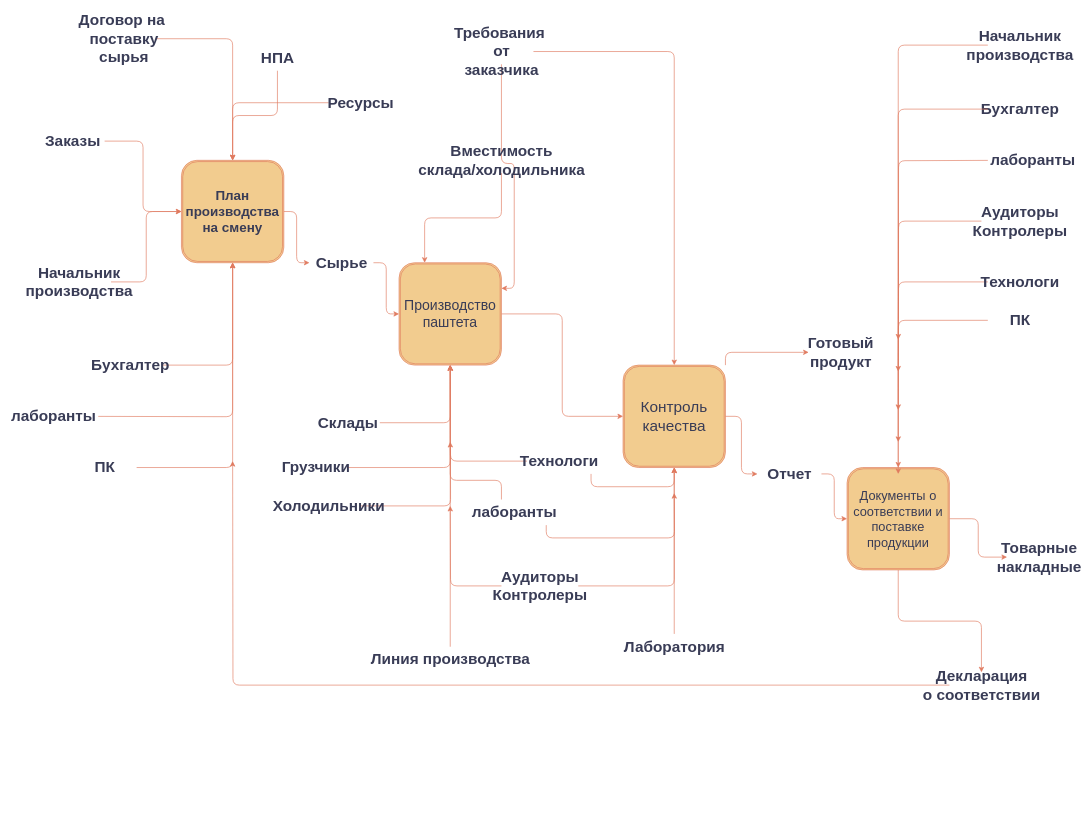
Yankeegohome/Cinema keeps this draw.io diagram as page "Page-1" (1 of 2) of Диаграмма без названия.drawio. Above is the earlier version. Source tidied: cells renumbered, new cells numbered last; positions are measured from the earlier drawing's top-left corner, leaving out a move shared by most shapes. Both pictures are drawn from the tidied source at 64%, with x=0, y=0 at pixel (21, 26).
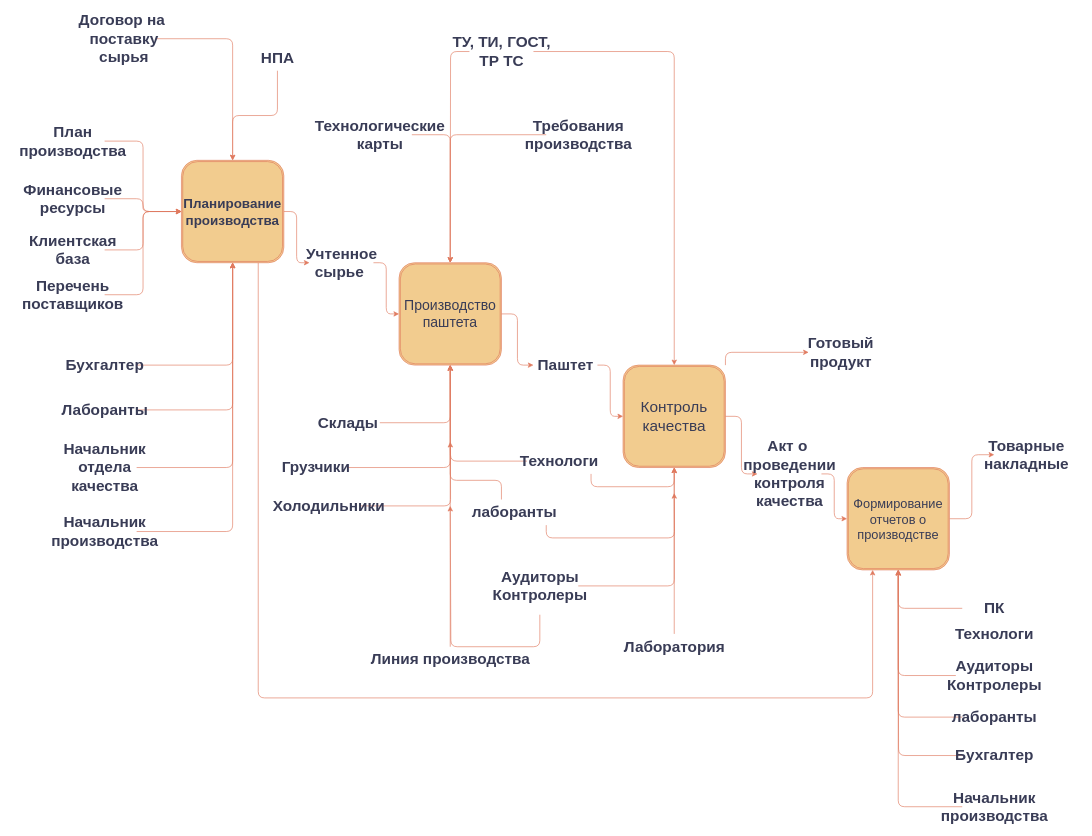
Above is the later version.

The change refers to these unchanged cells:
```xml
<mxCell id="5" value="Производство паштета" style="shape=ext;double=1;whiteSpace=wrap;html=1;fontSize=22;labelBackgroundColor=none;fillColor=#F2CC8F;strokeColor=#E07A5F;fontColor=#393C56;rounded=1;" parent="1" vertex="1">
  <mxGeometry x="590" y="370" width="160" height="160" as="geometry" />
</mxCell>
<mxCell id="8" value="Контроль качества" style="shape=ext;double=1;whiteSpace=wrap;html=1;fontSize=24;labelBackgroundColor=none;fillColor=#F2CC8F;strokeColor=#E07A5F;fontColor=#393C56;rounded=1;" parent="1" vertex="1">
  <mxGeometry x="940" y="530" width="160" height="160" as="geometry" />
</mxCell>
<mxCell id="43" value="Аудиторы&lt;br&gt;Контролеры" style="text;strokeColor=none;fillColor=none;html=1;fontSize=24;fontStyle=1;verticalAlign=middle;align=center;labelBackgroundColor=none;fontColor=#393C56;rounded=1;" parent="1" vertex="1">
  <mxGeometry x="750" y="830" width="120" height="90" as="geometry" />
</mxCell>
```

What changed in the source:
```diff
@@
+    <mxCell id="72" style="edgeStyle=orthogonalEdgeStyle;rounded=1;jettySize=auto;html=1;exitX=0.75;exitY=1;exitDx=0;exitDy=0;entryX=0.25;entryY=1;entryDx=0;entryDy=0;strokeColor=#E07A5F;fontColor=#393C56;fillColor=#F2CC8F;" parent="1" edge="1" source="3" target="11">
+      <mxGeometry relative="1" as="geometry">
+        <Array as="points">
+          <mxPoint x="370" y="1050" />
+          <mxPoint x="1330" y="1050" />
+        </Array>
+      </mxGeometry>
+    </mxCell>
-    <mxCell id="3" value="&lt;h3 style=&quot;font-size: 21px;&quot;&gt;План производства на смену&lt;/h3&gt;" style="shape=ext;double=1;whiteSpace=wrap;html=1;fontSize=21;labelBackgroundColor=none;fillColor=#F2CC8F;strokeColor=#E07A5F;fontColor=#393C56;rounded=1;" parent="1" vertex="1">
+    <mxCell id="3" value="&lt;h3 style=&quot;font-size: 21px;&quot;&gt;Планирование производства&lt;/h3&gt;" style="shape=ext;double=1;whiteSpace=wrap;html=1;fontSize=21;labelBackgroundColor=none;fillColor=#F2CC8F;strokeColor=#E07A5F;fontColor=#393C56;rounded=1;" parent="1" vertex="1">
       <mxGeometry x="250" y="210" width="160" height="160" as="geometry" />
     </mxCell>
-    <mxCell id="4" style="edgeStyle=orthogonalEdgeStyle;rounded=1;jettySize=auto;html=1;entryX=0;entryY=0.5;entryDx=0;entryDy=0;labelBackgroundColor=none;strokeColor=#E07A5F;fontColor=default;" parent="1" edge="1" source="5" target="8">
+    <mxCell id="4" style="edgeStyle=orthogonalEdgeStyle;rounded=1;jettySize=auto;html=1;entryX=0;entryY=0.5;entryDx=0;entryDy=0;labelBackgroundColor=none;strokeColor=#E07A5F;fontColor=default;" parent="1" edge="1" source="79" target="8">
       <mxGeometry relative="1" as="geometry" />
     </mxCell>
@@
-    <mxCell id="10" style="edgeStyle=orthogonalEdgeStyle;rounded=1;jettySize=auto;html=1;labelBackgroundColor=none;strokeColor=#E07A5F;fontColor=default;" parent="1" edge="1" source="11" target="71">
-      <mxGeometry relative="1" as="geometry" />
-    </mxCell>
-    <mxCell id="11" value="Документы о соответствии и поставке продукции" style="shape=ext;double=1;whiteSpace=wrap;html=1;fontSize=20;labelBackgroundColor=none;fillColor=#F2CC8F;strokeColor=#E07A5F;fontColor=#393C56;rounded=1;" parent="1" vertex="1">
+    <mxCell id="11" value="Формирование отчетов о производстве" style="shape=ext;double=1;whiteSpace=wrap;html=1;fontSize=20;labelBackgroundColor=none;fillColor=#F2CC8F;strokeColor=#E07A5F;fontColor=#393C56;rounded=1;" parent="1" vertex="1">
       <mxGeometry x="1290" y="690" width="160" height="160" as="geometry" />
     </mxCell>
@@
-    <mxCell id="17" value="Заказы" style="text;strokeColor=none;fillColor=none;html=1;fontSize=24;fontStyle=1;verticalAlign=middle;align=center;labelBackgroundColor=none;fontColor=#393C56;rounded=1;" parent="1" vertex="1">
+    <mxCell id="17" value="План&lt;br&gt;производства" style="text;strokeColor=none;fillColor=none;html=1;fontSize=24;fontStyle=1;verticalAlign=middle;align=center;labelBackgroundColor=none;fontColor=#393C56;rounded=1;" parent="1" vertex="1">
       <mxGeometry x="30" y="160" width="100" height="40" as="geometry" />
     </mxCell>
-    <mxCell id="18" style="edgeStyle=orthogonalEdgeStyle;rounded=1;jettySize=auto;html=1;entryX=0.5;entryY=0;entryDx=0;entryDy=0;labelBackgroundColor=none;strokeColor=#E07A5F;fontColor=default;" parent="1" edge="1" source="19" target="3">
-      <mxGeometry relative="1" as="geometry" />
-    </mxCell>
-    <mxCell id="19" value="Ресурсы" style="text;strokeColor=none;fillColor=none;html=1;fontSize=24;fontStyle=1;verticalAlign=middle;align=center;labelBackgroundColor=none;fontColor=#393C56;rounded=1;" parent="1" vertex="1">
-      <mxGeometry x="480" y="100" width="100" height="40" as="geometry" />
-    </mxCell>
-    <mxCell id="20" style="edgeStyle=orthogonalEdgeStyle;rounded=1;jettySize=auto;html=1;entryX=0;entryY=0.5;entryDx=0;entryDy=0;labelBackgroundColor=none;strokeColor=#E07A5F;fontColor=default;" parent="1" edge="1" source="21" target="3">
+    <mxCell id="20" style="edgeStyle=orthogonalEdgeStyle;rounded=1;jettySize=auto;html=1;entryX=0.5;entryY=1;entryDx=0;entryDy=0;strokeColor=#E07A5F;fontColor=#393C56;fillColor=#F2CC8F;" parent="1" edge="1" source="21" target="3">
       <mxGeometry relative="1" as="geometry" />
     </mxCell>
     <mxCell id="21" value="Начальник &lt;br&gt;производства" style="text;strokeColor=none;fillColor=none;html=1;fontSize=24;fontStyle=1;verticalAlign=middle;align=center;labelBackgroundColor=none;fontColor=#393C56;rounded=1;" parent="1" vertex="1">
-      <mxGeometry x="40" y="380" width="100" height="40" as="geometry" />
+      <mxGeometry x="80" y="770" width="100" height="40" as="geometry" />
     </mxCell>
@@
     <mxCell id="23" value="Бухгалтер" style="text;strokeColor=none;fillColor=none;html=1;fontSize=24;fontStyle=1;verticalAlign=middle;align=center;labelBackgroundColor=none;fontColor=#393C56;rounded=1;" parent="1" vertex="1">
-      <mxGeometry x="120" y="510" width="100" height="40" as="geometry" />
+      <mxGeometry x="80" y="510" width="100" height="40" as="geometry" />
     </mxCell>
-    <mxCell id="24" style="edgeStyle=orthogonalEdgeStyle;rounded=1;jettySize=auto;html=1;entryX=0.5;entryY=1;entryDx=0;entryDy=0;labelBackgroundColor=none;strokeColor=#E07A5F;fontColor=default;" parent="1" edge="1" target="3">
-      <mxGeometry relative="1" as="geometry">
-        <mxPoint x="120" y="610.1" as="sourcePoint" />
-      </mxGeometry>
+    <mxCell id="24" style="edgeStyle=orthogonalEdgeStyle;rounded=1;jettySize=auto;html=1;entryX=0.5;entryY=1;entryDx=0;entryDy=0;labelBackgroundColor=none;strokeColor=#E07A5F;fontColor=default;" parent="1" edge="1" source="68" target="3">
+      <mxGeometry relative="1" as="geometry" />
     </mxCell>
@@
-    <mxCell id="26" value="ПК" style="text;strokeColor=none;fillColor=none;html=1;fontSize=24;fontStyle=1;verticalAlign=middle;align=center;labelBackgroundColor=none;fontColor=#393C56;rounded=1;" parent="1" vertex="1">
+    <mxCell id="26" value="Начальник&lt;br&gt;отдела&lt;br&gt;качества" style="text;strokeColor=none;fillColor=none;html=1;fontSize=24;fontStyle=1;verticalAlign=middle;align=center;labelBackgroundColor=none;fontColor=#393C56;rounded=1;" parent="1" vertex="1">
       <mxGeometry x="80" y="670" width="100" height="40" as="geometry" />
     </mxCell>
-    <mxCell id="27" style="edgeStyle=orthogonalEdgeStyle;rounded=1;jettySize=auto;html=1;entryX=1;entryY=0.25;entryDx=0;entryDy=0;labelBackgroundColor=none;strokeColor=#E07A5F;fontColor=default;" parent="1" edge="1" source="29" target="5">
-      <mxGeometry relative="1" as="geometry" />
-    </mxCell>
@@
+    <mxCell id="73" style="edgeStyle=orthogonalEdgeStyle;rounded=1;jettySize=auto;html=1;strokeColor=#E07A5F;fontColor=#393C56;fillColor=#F2CC8F;" parent="1" edge="1" source="29">
+      <mxGeometry relative="1" as="geometry">
+        <mxPoint x="670" y="370" as="targetPoint" />
+      </mxGeometry>
+    </mxCell>
-    <mxCell id="29" value="Требования&amp;nbsp;&lt;br&gt;от&lt;br&gt;заказчика" style="text;strokeColor=none;fillColor=none;html=1;fontSize=24;fontStyle=1;verticalAlign=middle;align=center;labelBackgroundColor=none;fontColor=#393C56;rounded=1;" parent="1" vertex="1">
+    <mxCell id="29" value="ТУ, ТИ, ГОСТ, &lt;br&gt;ТР ТС" style="text;strokeColor=none;fillColor=none;html=1;fontSize=24;fontStyle=1;verticalAlign=middle;align=center;labelBackgroundColor=none;fontColor=#393C56;rounded=1;" parent="1" vertex="1">
       <mxGeometry x="700" y="20" width="100" height="40" as="geometry" />
     </mxCell>
-    <mxCell id="30" style="edgeStyle=orthogonalEdgeStyle;rounded=1;jettySize=auto;html=1;entryX=0.25;entryY=0;entryDx=0;entryDy=0;labelBackgroundColor=none;strokeColor=#E07A5F;fontColor=default;" parent="1" edge="1" source="31" target="5">
-      <mxGeometry relative="1" as="geometry" />
-    </mxCell>
-    <mxCell id="31" value="Вместимость&lt;br&gt;склада/холодильника" style="text;strokeColor=none;fillColor=none;html=1;fontSize=24;fontStyle=1;verticalAlign=middle;align=center;labelBackgroundColor=none;fontColor=#393C56;rounded=1;" parent="1" vertex="1">
-      <mxGeometry x="700" y="190" width="100" height="40" as="geometry" />
-    </mxCell>
@@
     <mxCell id="41" style="edgeStyle=orthogonalEdgeStyle;rounded=1;jettySize=auto;html=1;labelBackgroundColor=none;strokeColor=#E07A5F;fontColor=default;" parent="1" edge="1" source="43">
       <mxGeometry relative="1" as="geometry">
         <mxPoint x="670" y="750" as="targetPoint" />
+        <Array as="points">
+          <mxPoint x="810" y="970" />
+          <mxPoint x="671" y="970" />
+          <mxPoint x="671" y="750" />
+        </Array>
       </mxGeometry>
     </mxCell>
@@
-    <mxCell id="53" value="Отчет" style="text;strokeColor=none;fillColor=none;html=1;fontSize=24;fontStyle=1;verticalAlign=middle;align=center;labelBackgroundColor=none;fontColor=#393C56;rounded=1;" parent="1" vertex="1">
+    <mxCell id="53" value="Акт о&amp;nbsp;&lt;br&gt;проведении&lt;br&gt;контроля&lt;br&gt;качества" style="text;strokeColor=none;fillColor=none;html=1;fontSize=24;fontStyle=1;verticalAlign=middle;align=center;labelBackgroundColor=none;fontColor=#393C56;rounded=1;" parent="1" vertex="1">
       <mxGeometry x="1150" y="680" width="100" height="40" as="geometry" />
     </mxCell>
@@
-    <mxCell id="55" value="Сырье" style="text;strokeColor=none;fillColor=none;html=1;fontSize=24;fontStyle=1;verticalAlign=middle;align=center;labelBackgroundColor=none;fontColor=#393C56;rounded=1;" parent="1" vertex="1">
+    <mxCell id="55" value="Учтенное&lt;br&gt;сырье&amp;nbsp;" style="text;strokeColor=none;fillColor=none;html=1;fontSize=24;fontStyle=1;verticalAlign=middle;align=center;labelBackgroundColor=none;fontColor=#393C56;rounded=1;" parent="1" vertex="1">
       <mxGeometry x="450" y="350" width="100" height="40" as="geometry" />
     </mxCell>
-    <mxCell id="56" style="edgeStyle=orthogonalEdgeStyle;rounded=1;orthogonalLoop=1;jettySize=auto;html=1;labelBackgroundColor=none;strokeColor=#E07A5F;fontColor=default;" parent="1" edge="1">
-      <mxGeometry relative="1" as="geometry">
-        <mxPoint x="1510" y="210.1" as="sourcePoint" />
-        <mxPoint x="1370" y="650" as="targetPoint" />
-      </mxGeometry>
-    </mxCell>
+    <mxCell id="74" style="edgeStyle=orthogonalEdgeStyle;rounded=1;jettySize=auto;html=1;strokeColor=#E07A5F;fontColor=#393C56;fillColor=#F2CC8F;" parent="1" edge="1" source="57">
+      <mxGeometry relative="1" as="geometry">
+        <mxPoint x="1370" y="850" as="targetPoint" />
+      </mxGeometry>
+    </mxCell>
     <mxCell id="57" value="Бухгалтер" style="text;strokeColor=none;fillColor=none;html=1;fontSize=24;fontStyle=1;verticalAlign=middle;align=center;labelBackgroundColor=none;fontColor=#393C56;rounded=1;" parent="1" vertex="1">
-      <mxGeometry x="1510" y="110" width="100" height="40" as="geometry" />
+      <mxGeometry x="1470" y="1120" width="100" height="40" as="geometry" />
     </mxCell>
@@
     <mxCell id="59" value="Начальник &lt;br&gt;производства" style="text;strokeColor=none;fillColor=none;html=1;fontSize=24;fontStyle=1;verticalAlign=middle;align=center;labelBackgroundColor=none;fontColor=#393C56;rounded=1;" parent="1" vertex="1">
-      <mxGeometry x="1510" y="10" width="100" height="40" as="geometry" />
+      <mxGeometry x="1470" y="1200" width="100" height="40" as="geometry" />
     </mxCell>
-    <mxCell id="60" style="edgeStyle=orthogonalEdgeStyle;rounded=1;jettySize=auto;html=1;labelBackgroundColor=none;strokeColor=#E07A5F;fontColor=default;" parent="1" edge="1" source="61">
-      <mxGeometry relative="1" as="geometry">
-        <mxPoint x="1370" y="600" as="targetPoint" />
-      </mxGeometry>
-    </mxCell>
+    <mxCell id="75" style="edgeStyle=orthogonalEdgeStyle;rounded=1;jettySize=auto;html=1;entryX=0.5;entryY=1;entryDx=0;entryDy=0;strokeColor=#E07A5F;fontColor=#393C56;fillColor=#F2CC8F;" parent="1" edge="1" source="61" target="11">
+      <mxGeometry relative="1" as="geometry" />
+    </mxCell>
     <mxCell id="61" value="Аудиторы&lt;br&gt;Контролеры" style="text;strokeColor=none;fillColor=none;html=1;fontSize=24;fontStyle=1;verticalAlign=middle;align=center;labelBackgroundColor=none;fontColor=#393C56;rounded=1;" parent="1" vertex="1">
-      <mxGeometry x="1500" y="260" width="120" height="90" as="geometry" />
+      <mxGeometry x="1460" y="970" width="120" height="90" as="geometry" />
     </mxCell>
-    <mxCell id="62" style="edgeStyle=orthogonalEdgeStyle;rounded=1;jettySize=auto;html=1;labelBackgroundColor=none;strokeColor=#E07A5F;fontColor=default;" parent="1" edge="1" source="63">
-      <mxGeometry relative="1" as="geometry">
-        <mxPoint x="1370" y="540" as="targetPoint" />
-      </mxGeometry>
-    </mxCell>
     <mxCell id="63" value="Технологи" style="text;strokeColor=none;fillColor=none;html=1;fontSize=24;fontStyle=1;verticalAlign=middle;align=center;labelBackgroundColor=none;fontColor=#393C56;rounded=1;" parent="1" vertex="1">
-      <mxGeometry x="1510" y="380" width="100" height="40" as="geometry" />
+      <mxGeometry x="1470" y="930" width="100" height="40" as="geometry" />
     </mxCell>
-    <mxCell id="64" style="edgeStyle=orthogonalEdgeStyle;rounded=1;jettySize=auto;html=1;labelBackgroundColor=none;strokeColor=#E07A5F;fontColor=default;" parent="1" edge="1" source="65">
-      <mxGeometry relative="1" as="geometry">
-        <mxPoint x="1370" y="490" as="targetPoint" />
-      </mxGeometry>
-    </mxCell>
+    <mxCell id="76" style="edgeStyle=orthogonalEdgeStyle;rounded=1;jettySize=auto;html=1;entryX=0.5;entryY=1;entryDx=0;entryDy=0;strokeColor=#E07A5F;fontColor=#393C56;fillColor=#F2CC8F;" parent="1" edge="1" source="65" target="11">
+      <mxGeometry relative="1" as="geometry" />
+    </mxCell>
     <mxCell id="65" value="ПК" style="text;strokeColor=none;fillColor=none;html=1;fontSize=24;fontStyle=1;verticalAlign=middle;align=center;labelBackgroundColor=none;fontColor=#393C56;rounded=1;" parent="1" vertex="1">
-      <mxGeometry x="1510" y="440" width="100" height="40" as="geometry" />
+      <mxGeometry x="1470" y="890" width="100" height="40" as="geometry" />
     </mxCell>
-    <mxCell id="66" style="edgeStyle=orthogonalEdgeStyle;rounded=1;jettySize=auto;html=1;entryX=0.5;entryY=0.063;entryDx=0;entryDy=0;entryPerimeter=0;labelBackgroundColor=none;strokeColor=#E07A5F;fontColor=default;" parent="1" edge="1" source="57" target="11">
-      <mxGeometry relative="1" as="geometry" />
-    </mxCell>
+    <mxCell id="77" style="edgeStyle=orthogonalEdgeStyle;rounded=1;jettySize=auto;html=1;strokeColor=#E07A5F;fontColor=#393C56;fillColor=#F2CC8F;entryX=0.5;entryY=1;entryDx=0;entryDy=0;" parent="1" edge="1" source="67" target="11">
+      <mxGeometry relative="1" as="geometry" />
+    </mxCell>
     <mxCell id="67" value="лаборанты" style="text;strokeColor=none;fillColor=none;html=1;fontSize=24;fontStyle=1;verticalAlign=middle;align=center;labelBackgroundColor=none;fontColor=#393C56;rounded=1;" parent="1" vertex="1">
-      <mxGeometry x="1530" y="190" width="100" height="40" as="geometry" />
+      <mxGeometry x="1470" y="1060" width="100" height="40" as="geometry" />
     </mxCell>
+    <mxCell id="69" value="Товарные&lt;br&gt;накладные" style="text;strokeColor=none;fillColor=none;html=1;fontSize=24;fontStyle=1;verticalAlign=middle;align=center;labelBackgroundColor=none;fontColor=#393C56;rounded=1;" parent="1" vertex="1">
+      <mxGeometry x="1520" y="650" width="100" height="40" as="geometry" />
+    </mxCell>
+    <mxCell id="78" style="edgeStyle=orthogonalEdgeStyle;rounded=1;jettySize=auto;html=1;entryX=0;entryY=0.5;entryDx=0;entryDy=0;labelBackgroundColor=none;strokeColor=#E07A5F;fontColor=default;" parent="1" edge="1" source="5" target="79">
+      <mxGeometry relative="1" as="geometry" />
+    </mxCell>
+    <mxCell id="79" value="Паштет" style="text;strokeColor=none;fillColor=none;html=1;fontSize=24;fontStyle=1;verticalAlign=middle;align=center;labelBackgroundColor=none;fontColor=#393C56;rounded=1;" parent="1" vertex="1">
+      <mxGeometry x="800" y="510" width="100" height="40" as="geometry" />
+    </mxCell>
+    <mxCell id="80" style="edgeStyle=orthogonalEdgeStyle;rounded=1;jettySize=auto;html=1;entryX=0;entryY=0.5;entryDx=0;entryDy=0;strokeColor=#E07A5F;fontColor=#393C56;fillColor=#F2CC8F;" parent="1" edge="1" source="81" target="3">
+      <mxGeometry relative="1" as="geometry" />
+    </mxCell>
+    <mxCell id="81" value="Финансовые&lt;br&gt;ресурсы&lt;br&gt;" style="text;strokeColor=none;fillColor=none;html=1;fontSize=24;fontStyle=1;verticalAlign=middle;align=center;labelBackgroundColor=none;fontColor=#393C56;rounded=1;" parent="1" vertex="1">
+      <mxGeometry x="30" y="250" width="100" height="40" as="geometry" />
+    </mxCell>
+    <mxCell id="82" style="edgeStyle=orthogonalEdgeStyle;rounded=1;jettySize=auto;html=1;entryX=0;entryY=0.5;entryDx=0;entryDy=0;strokeColor=#E07A5F;fontColor=#393C56;fillColor=#F2CC8F;" parent="1" edge="1" source="83" target="3">
+      <mxGeometry relative="1" as="geometry" />
+    </mxCell>
+    <mxCell id="83" value="Перечень&lt;br&gt;поставщиков" style="text;strokeColor=none;fillColor=none;html=1;fontSize=24;fontStyle=1;verticalAlign=middle;align=center;labelBackgroundColor=none;fontColor=#393C56;rounded=1;" parent="1" vertex="1">
+      <mxGeometry x="30" y="400" width="100" height="40" as="geometry" />
+    </mxCell>
+    <mxCell id="84" style="edgeStyle=orthogonalEdgeStyle;rounded=1;jettySize=auto;html=1;exitX=1;exitY=0.5;exitDx=0;exitDy=0;strokeColor=#E07A5F;fontColor=#393C56;fillColor=#F2CC8F;" parent="1" edge="1" source="85" target="3">
+      <mxGeometry relative="1" as="geometry" />
+    </mxCell>
+    <mxCell id="85" value="Клиентская&lt;br&gt;база" style="text;strokeColor=none;fillColor=none;html=1;fontSize=24;fontStyle=1;verticalAlign=middle;align=center;labelBackgroundColor=none;fontColor=#393C56;rounded=1;" parent="1" vertex="1">
+      <mxGeometry x="30" y="330" width="100" height="40" as="geometry" />
+    </mxCell>
-    <mxCell id="68" value="лаборанты" style="text;strokeColor=none;fillColor=none;html=1;fontSize=24;fontStyle=1;verticalAlign=middle;align=center;labelBackgroundColor=none;fontColor=#393C56;rounded=1;" parent="1" vertex="1">
-      <mxGeometry y="590" width="100" height="40" as="geometry" />
+    <mxCell id="68" value="Лаборанты" style="text;strokeColor=none;fillColor=none;html=1;fontSize=24;fontStyle=1;verticalAlign=middle;align=center;labelBackgroundColor=none;fontColor=#393C56;rounded=1;" parent="1" vertex="1">
+      <mxGeometry x="80" y="580" width="100" height="40" as="geometry" />
     </mxCell>
-    <mxCell id="69" value="Товарные&lt;br&gt;накладные" style="text;strokeColor=none;fillColor=none;html=1;fontSize=24;fontStyle=1;verticalAlign=middle;align=center;labelBackgroundColor=none;fontColor=#393C56;rounded=1;" parent="1" vertex="1">
-      <mxGeometry x="1540" y="810" width="100" height="40" as="geometry" />
-    </mxCell>
-    <mxCell id="70" style="edgeStyle=orthogonalEdgeStyle;rounded=1;jettySize=auto;html=1;labelBackgroundColor=none;strokeColor=#E07A5F;fontColor=default;" parent="1" edge="1" source="71">
-      <mxGeometry relative="1" as="geometry">
-        <mxPoint x="330" y="680" as="targetPoint" />
-      </mxGeometry>
-    </mxCell>
-    <mxCell id="71" value="Декларация&lt;br&gt;о соответствии" style="text;strokeColor=none;fillColor=none;html=1;fontSize=24;fontStyle=1;verticalAlign=middle;align=center;labelBackgroundColor=none;fontColor=#393C56;rounded=1;" parent="1" vertex="1">
-      <mxGeometry x="1450" y="1010" width="100" height="40" as="geometry" />
-    </mxCell>
+    <mxCell id="86" style="edgeStyle=orthogonalEdgeStyle;rounded=1;jettySize=auto;html=1;entryX=0.5;entryY=0;entryDx=0;entryDy=0;strokeColor=#E07A5F;fontColor=#393C56;fillColor=#F2CC8F;" parent="1" edge="1" source="87" target="5">
+      <mxGeometry relative="1" as="geometry">
+        <Array as="points">
+          <mxPoint x="670" y="170" />
+        </Array>
+      </mxGeometry>
+    </mxCell>
+    <mxCell id="87" value="Технологические&lt;br&gt;карты" style="text;strokeColor=none;fillColor=none;html=1;fontSize=24;fontStyle=1;verticalAlign=middle;align=center;labelBackgroundColor=none;fontColor=#393C56;rounded=1;" parent="1" vertex="1">
+      <mxGeometry x="510" y="150" width="100" height="40" as="geometry" />
+    </mxCell>
+    <mxCell id="88" style="edgeStyle=orthogonalEdgeStyle;rounded=1;jettySize=auto;html=1;entryX=0.5;entryY=0;entryDx=0;entryDy=0;strokeColor=#E07A5F;fontColor=#393C56;fillColor=#F2CC8F;" parent="1" edge="1" source="89" target="5">
+      <mxGeometry relative="1" as="geometry" />
+    </mxCell>
+    <mxCell id="89" value="Требования&lt;br&gt;производства" style="text;strokeColor=none;fillColor=none;html=1;fontSize=24;fontStyle=1;verticalAlign=middle;align=center;labelBackgroundColor=none;fontColor=#393C56;rounded=1;" parent="1" vertex="1">
+      <mxGeometry x="820" y="150" width="100" height="40" as="geometry" />
+    </mxCell>
```
